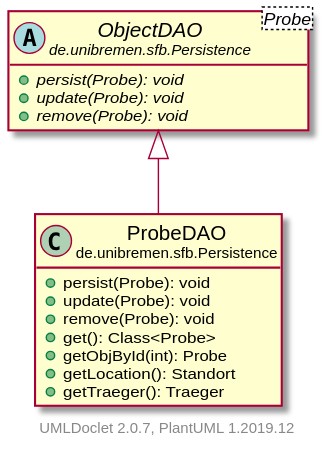
Before: doc/UML/modulsichtSVG/ProbeDAO.svg, a diagram exported from PlantUML (fkehlenb/softwareprojekt-2). Source of this version:
```plantuml
@startuml
    set namespaceSeparator none
    hide empty fields
    hide empty methods

    class "<size:14>ProbeDAO\n<size:10>de.unibremen.sfb.Persistence" as de.unibremen.sfb.Persistence.ProbeDAO [[ProbeDAO.html]] {
        +persist(Probe): void
        +update(Probe): void
        +remove(Probe): void
        +get(): Class<Probe>
        +getObjById(int): Probe
        +getLocation(): Standort
        +getTraeger(): Traeger
    }

    abstract class "<size:14>ObjectDAO\n<size:10>de.unibremen.sfb.Persistence" as de.unibremen.sfb.Persistence.ObjectDAO<Probe> [[ObjectDAO.html]] {
        {abstract} +persist(Probe): void
        {abstract} +update(Probe): void
        {abstract} +remove(Probe): void
    }

    de.unibremen.sfb.Persistence.ObjectDAO <|-- de.unibremen.sfb.Persistence.ProbeDAO

    center footer UMLDoclet 2.0.7, PlantUML 1.2019.12
@enduml
```
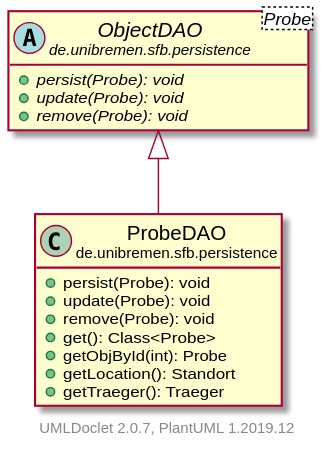
Above is the later version.

Change to the diagram source:
```diff
@@ -3,7 +3,7 @@
     hide empty fields
     hide empty methods
 
-    class "<size:14>ProbeDAO\n<size:10>de.unibremen.sfb.Persistence" as de.unibremen.sfb.Persistence.ProbeDAO [[ProbeDAO.html]] {
+    class "<size:14>ProbeDAO\n<size:10>de.unibremen.sfb.persistence" as de.unibremen.sfb.persistence.ProbeDAO [[ProbeDAO.html]] {
         +persist(Probe): void
         +update(Probe): void
         +remove(Probe): void
@@ -13,13 +13,13 @@
         +getTraeger(): Traeger
     }
 
-    abstract class "<size:14>ObjectDAO\n<size:10>de.unibremen.sfb.Persistence" as de.unibremen.sfb.Persistence.ObjectDAO<Probe> [[ObjectDAO.html]] {
+    abstract class "<size:14>ObjectDAO\n<size:10>de.unibremen.sfb.persistence" as de.unibremen.sfb.persistence.ObjectDAO<Probe> [[ObjectDAO.html]] {
         {abstract} +persist(Probe): void
         {abstract} +update(Probe): void
         {abstract} +remove(Probe): void
     }
 
-    de.unibremen.sfb.Persistence.ObjectDAO <|-- de.unibremen.sfb.Persistence.ProbeDAO
+    de.unibremen.sfb.persistence.ObjectDAO <|-- de.unibremen.sfb.persistence.ProbeDAO
 
     center footer UMLDoclet 2.0.7, PlantUML 1.2019.12
 @enduml
```
